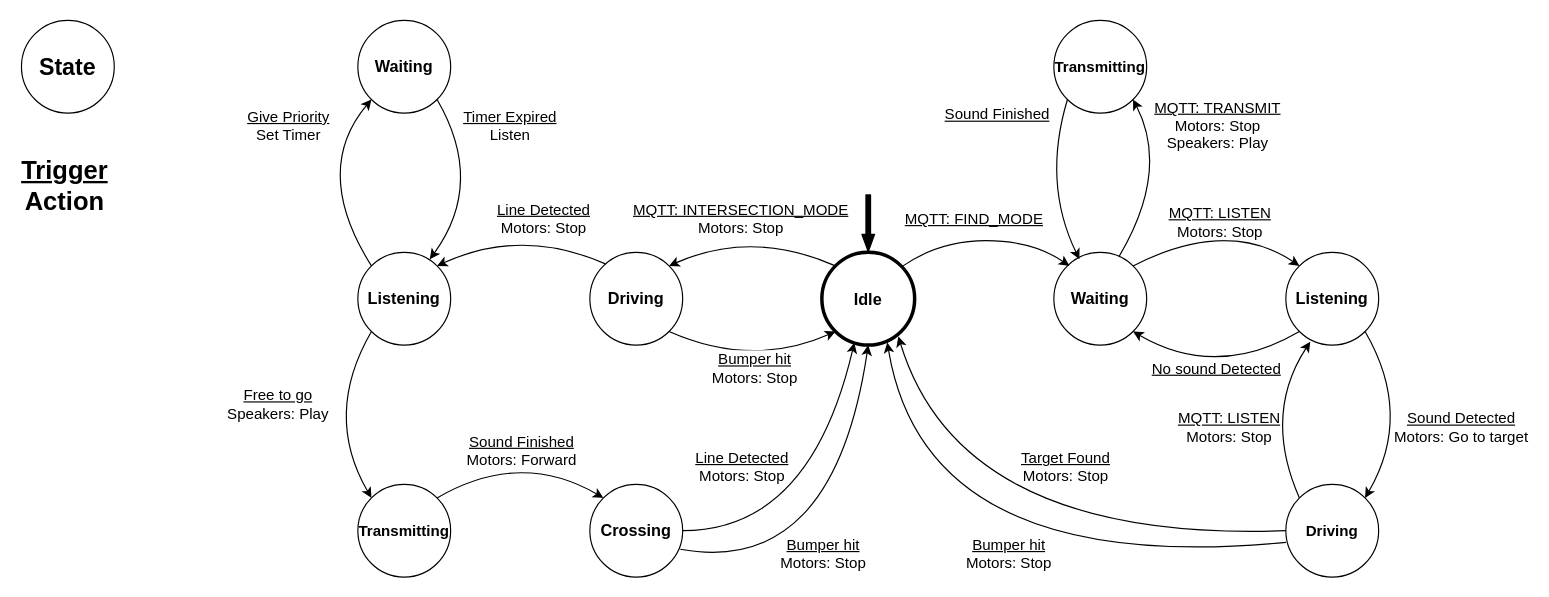
Earlier version of the draw.io diagram documentation/robot_state_diagram.drawio (davidzwa/advanced-iot-lisat). Source tidied: cells renumbered, new cells numbered last; positions are measured from the earlier drawing's top-left corner, leaving out a move shared by most shapes. Both pictures are drawn from the tidied source at 116%, with x=0, y=0 at pixel (21, 20).
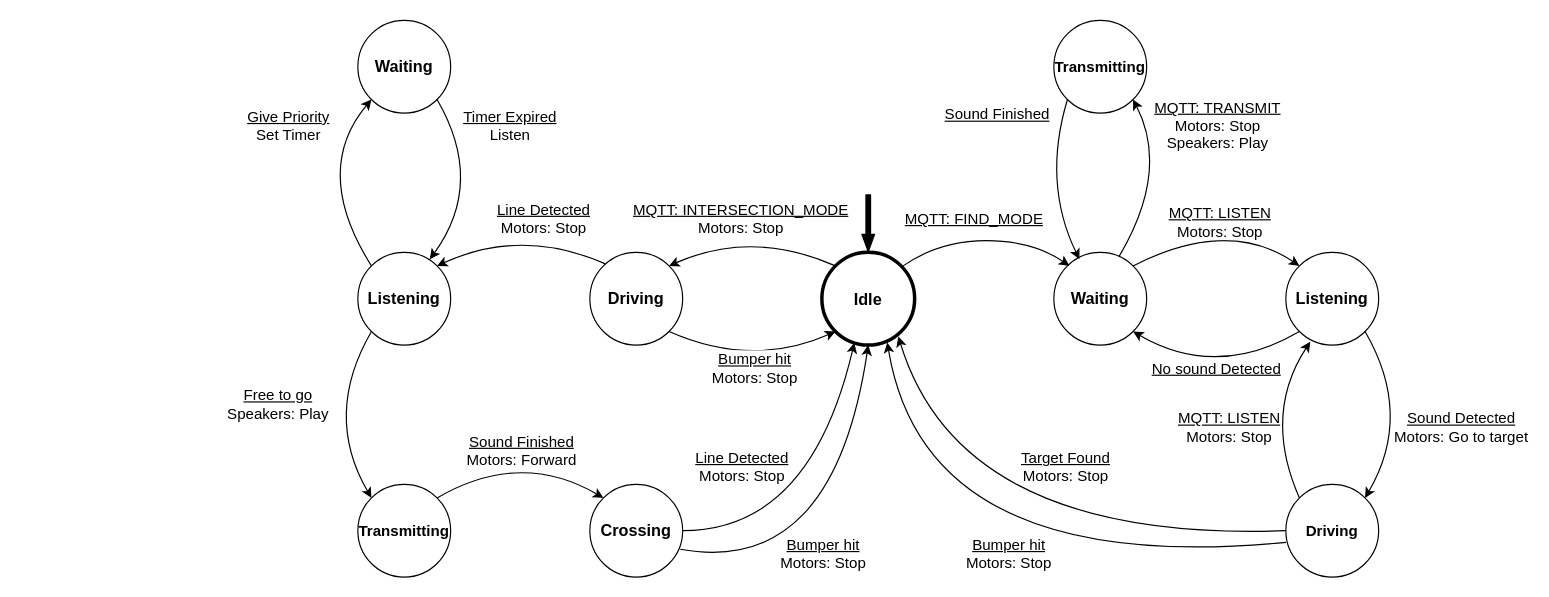
The same page after the edit.

Diff of the diagram source:
```diff
@@
-    <mxCell id="25" value="&lt;b style=&quot;font-size: 22px;&quot;&gt;&lt;u style=&quot;font-size: 22px;&quot;&gt;Trigger&lt;/u&gt;&lt;br style=&quot;font-size: 22px;&quot;&gt;Action&lt;/b&gt;" style="edgeLabel;html=1;align=center;verticalAlign=middle;fontSize=22;" parent="1" vertex="1">
-      <mxGeometry x="30" y="130" as="geometry">
-        <mxPoint x="6" y="12" as="offset" />
-      </mxGeometry>
-    </mxCell>
@@
-    <mxCell id="44" value="&lt;font style=&quot;font-size: 20px&quot;&gt;State&lt;/font&gt;" style="ellipse;whiteSpace=wrap;html=1;fontSize=14;fontStyle=1;" parent="1" vertex="1">
-      <mxGeometry width="80" height="80" as="geometry" />
-    </mxCell>
```
